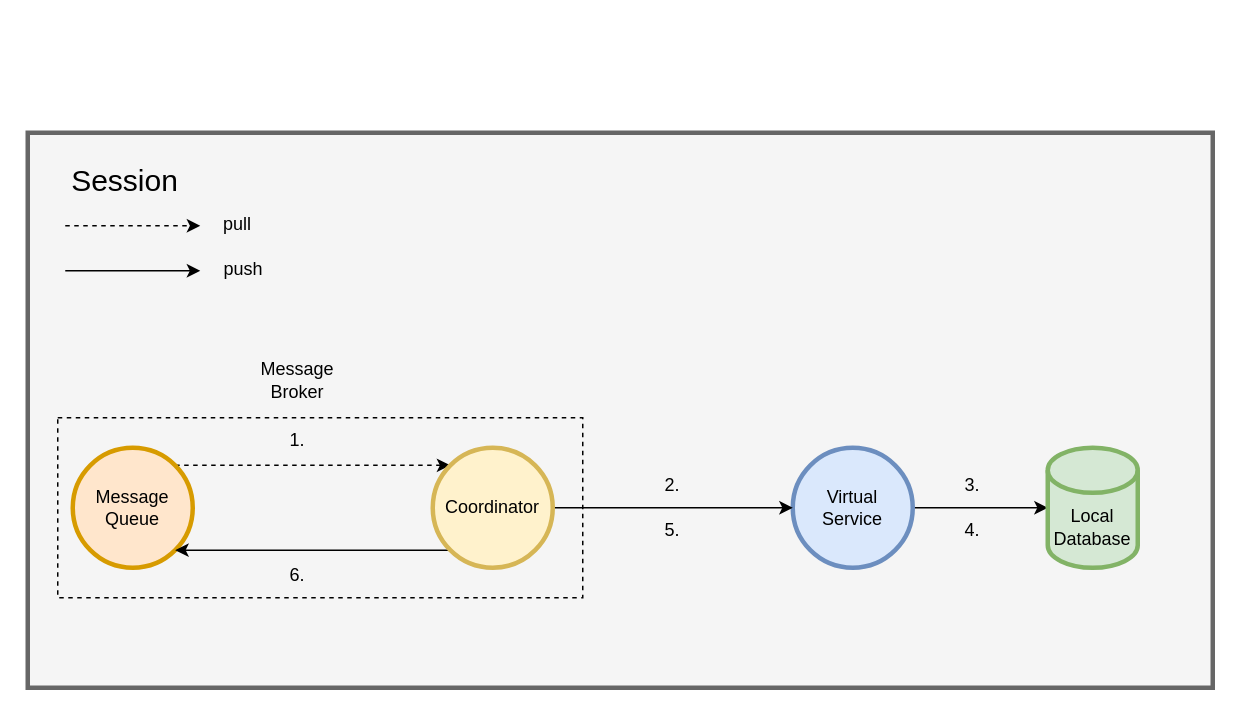
This is page "processing" (8 of 11) of img/diagram.drawio from ccchrunik/hierasaga, a draw.io file, before an edit. Source tidied: cells renumbered, new cells numbered last; positions are measured from the earlier drawing's top-left corner, leaving out a move shared by most shapes. Both pictures are drawn from the tidied source at 150%, with x=0, y=0 at pixel (27, 132).
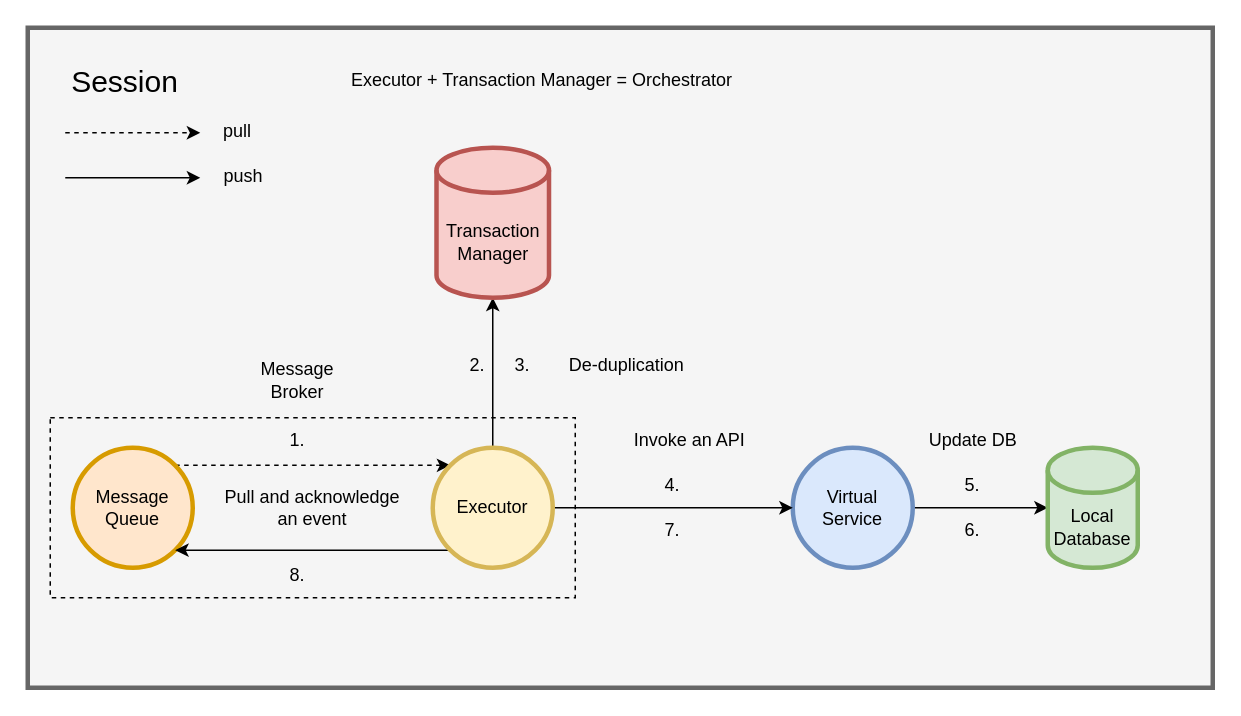
After the change.

The edit, as a diff of the source:
```diff
@@
-    <mxCell id="0" />
-    <mxCell id="1" parent="0" />
-    <mxCell id="2" style="rounded=0;whiteSpace=wrap;html=1;strokeWidth=3;fillColor=#f5f5f5;strokeColor=#666666;fontColor=#333333;" parent="1" vertex="1">
-      <mxGeometry width="790" height="370" as="geometry" />
-    </mxCell>
-    <mxCell id="3" style="edgeStyle=none;rounded=0;jettySize=auto;html=1;exitX=1;exitY=0;exitDx=0;exitDy=0;entryX=0;entryY=0;entryDx=0;entryDy=0;startArrow=none;startFill=0;dashed=1;" parent="1" edge="1" source="4" target="9">
-      <mxGeometry relative="1" as="geometry" />
-    </mxCell>
+    <mxCell id="25" />
+    <mxCell id="26" parent="25" />
+    <mxCell id="27" style="rounded=0;whiteSpace=wrap;html=1;strokeWidth=3;fillColor=#f5f5f5;strokeColor=#666666;fontColor=#333333;" parent="26" vertex="1">
+      <mxGeometry y="-70" width="790" height="440" as="geometry" />
+    </mxCell>
+    <mxCell id="28" style="edgeStyle=none;rounded=0;jettySize=auto;html=1;exitX=1;exitY=0;exitDx=0;exitDy=0;entryX=0;entryY=0;entryDx=0;entryDy=0;startArrow=none;startFill=0;dashed=1;" parent="26" edge="1" source="4" target="32">
+      <mxGeometry relative="1" as="geometry" />
+    </mxCell>
-    <mxCell id="4" value="Message&lt;br&gt;Queue" style="ellipse;whiteSpace=wrap;html=1;strokeWidth=3;fillColor=#ffe6cc;strokeColor=#d79b00;" parent="1" vertex="1">
+    <mxCell id="4" value="Message&lt;br&gt;Queue" style="ellipse;whiteSpace=wrap;html=1;strokeWidth=3;fillColor=#ffe6cc;strokeColor=#d79b00;" parent="26" vertex="1">
       <mxGeometry x="30" y="210" width="80" height="80" as="geometry" />
     </mxCell>
-    <mxCell id="5" style="edgeStyle=none;rounded=0;jettySize=auto;html=1;exitX=1;exitY=0.5;exitDx=0;exitDy=0;entryX=0;entryY=0.5;entryDx=0;entryDy=0;entryPerimeter=0;startArrow=none;startFill=0;" parent="1" edge="1" source="6" target="10">
+    <mxCell id="5" style="edgeStyle=none;rounded=0;jettySize=auto;html=1;exitX=1;exitY=0.5;exitDx=0;exitDy=0;entryX=0;entryY=0.5;entryDx=0;entryDy=0;entryPerimeter=0;startArrow=none;startFill=0;" parent="26" edge="1" source="6" target="10">
       <mxGeometry relative="1" as="geometry" />
     </mxCell>
-    <mxCell id="6" value="Virtual&lt;br&gt;Service" style="ellipse;whiteSpace=wrap;html=1;strokeWidth=3;fillColor=#dae8fc;strokeColor=#6c8ebf;" parent="1" vertex="1">
+    <mxCell id="6" value="Virtual&lt;br&gt;Service" style="ellipse;whiteSpace=wrap;html=1;strokeWidth=3;fillColor=#dae8fc;strokeColor=#6c8ebf;" parent="26" vertex="1">
       <mxGeometry x="510" y="210" width="80" height="80" as="geometry" />
     </mxCell>
-    <mxCell id="7" style="edgeStyle=none;rounded=0;jettySize=auto;html=1;exitX=1;exitY=0.5;exitDx=0;exitDy=0;entryX=0;entryY=0.5;entryDx=0;entryDy=0;startArrow=none;startFill=0;" parent="1" edge="1" source="9" target="6">
-      <mxGeometry relative="1" as="geometry" />
-    </mxCell>
-    <mxCell id="8" style="edgeStyle=none;rounded=0;jettySize=auto;html=1;exitX=0;exitY=1;exitDx=0;exitDy=0;entryX=1;entryY=1;entryDx=0;entryDy=0;startArrow=none;startFill=0;" parent="1" edge="1" source="9" target="4">
-      <mxGeometry relative="1" as="geometry" />
-    </mxCell>
-    <mxCell id="9" value="Coordinator" style="ellipse;whiteSpace=wrap;html=1;strokeWidth=3;fillColor=#fff2cc;strokeColor=#d6b656;" parent="1" vertex="1">
-      <mxGeometry x="270" y="210" width="80" height="80" as="geometry" />
-    </mxCell>
+    <mxCell id="29" style="edgeStyle=none;rounded=0;jettySize=auto;html=1;exitX=0.5;exitY=0;exitDx=0;exitDy=0;entryX=0.5;entryY=1;entryDx=0;entryDy=0;entryPerimeter=0;startArrow=none;startFill=0;" parent="26" edge="1" source="32" target="33">
+      <mxGeometry relative="1" as="geometry" />
+    </mxCell>
+    <mxCell id="30" style="edgeStyle=none;rounded=0;jettySize=auto;html=1;exitX=1;exitY=0.5;exitDx=0;exitDy=0;entryX=0;entryY=0.5;entryDx=0;entryDy=0;startArrow=none;startFill=0;" parent="26" edge="1" source="32" target="6">
+      <mxGeometry relative="1" as="geometry" />
+    </mxCell>
+    <mxCell id="31" style="edgeStyle=none;rounded=0;jettySize=auto;html=1;exitX=0;exitY=1;exitDx=0;exitDy=0;entryX=1;entryY=1;entryDx=0;entryDy=0;startArrow=none;startFill=0;" parent="26" edge="1" source="32" target="4">
+      <mxGeometry relative="1" as="geometry" />
+    </mxCell>
+    <mxCell id="32" value="Executor" style="ellipse;whiteSpace=wrap;html=1;strokeWidth=3;fillColor=#fff2cc;strokeColor=#d6b656;" parent="26" vertex="1">
+      <mxGeometry x="270" y="210" width="80" height="80" as="geometry" />
+    </mxCell>
+    <mxCell id="33" value="Transaction&lt;br&gt;Manager" style="shape=cylinder3;whiteSpace=wrap;html=1;boundedLbl=1;backgroundOutline=1;size=15;strokeWidth=3;fillColor=#f8cecc;strokeColor=#b85450;" parent="26" vertex="1">
+      <mxGeometry x="272.5" y="10" width="75" height="100" as="geometry" />
+    </mxCell>
-    <mxCell id="10" value="Local&lt;br&gt;Database" style="shape=cylinder3;whiteSpace=wrap;html=1;boundedLbl=1;backgroundOutline=1;size=15;strokeWidth=3;fillColor=#d5e8d4;strokeColor=#82b366;" parent="1" vertex="1">
+    <mxCell id="10" value="Local&lt;br&gt;Database" style="shape=cylinder3;whiteSpace=wrap;html=1;boundedLbl=1;backgroundOutline=1;size=15;strokeWidth=3;fillColor=#d5e8d4;strokeColor=#82b366;" parent="26" vertex="1">
       <mxGeometry x="680" y="210" width="60" height="80" as="geometry" />
     </mxCell>
-    <mxCell id="11" value="&lt;font style=&quot;font-size: 20px&quot;&gt;Session&lt;/font&gt;" style="text;html=1;strokeColor=none;fillColor=none;align=center;verticalAlign=middle;whiteSpace=wrap;rounded=0;" parent="1" vertex="1">
-      <mxGeometry x="20" y="16" width="90" height="30" as="geometry" />
+    <mxCell id="11" value="&lt;font style=&quot;font-size: 20px&quot;&gt;Session&lt;/font&gt;" style="text;html=1;strokeColor=none;fillColor=none;align=center;verticalAlign=middle;whiteSpace=wrap;rounded=0;" parent="26" vertex="1">
+      <mxGeometry x="20" y="-50" width="90" height="30" as="geometry" />
     </mxCell>
-    <mxCell id="12" value="1." style="text;html=1;strokeColor=none;fillColor=none;align=center;verticalAlign=middle;whiteSpace=wrap;rounded=0;" parent="1" vertex="1">
+    <mxCell id="12" value="1." style="text;html=1;strokeColor=none;fillColor=none;align=center;verticalAlign=middle;whiteSpace=wrap;rounded=0;" parent="26" vertex="1">
       <mxGeometry x="150" y="190" width="60" height="30" as="geometry" />
     </mxCell>
-    <mxCell id="13" style="group;" parent="1" vertex="1">
-      <mxGeometry x="25" y="46" width="159" height="60" as="geometry" />
-    </mxCell>
-    <mxCell id="14" style="edgeStyle=none;rounded=0;orthogonalLoop=1;jettySize=auto;html=1;entryX=0;entryY=0.5;entryDx=0;entryDy=0;dashed=1;startArrow=none;startFill=0;" parent="13" edge="1">
-      <mxGeometry as="geometry">
-        <mxPoint y="16" as="sourcePoint" />
-        <mxPoint x="90" y="16" as="targetPoint" />
-      </mxGeometry>
-    </mxCell>
-    <mxCell id="15" style="edgeStyle=none;rounded=0;orthogonalLoop=1;jettySize=auto;html=1;entryX=0;entryY=0.5;entryDx=0;entryDy=0;startArrow=none;startFill=0;" parent="13" edge="1">
-      <mxGeometry as="geometry">
-        <mxPoint y="46" as="sourcePoint" />
-        <mxPoint x="90" y="46" as="targetPoint" />
-      </mxGeometry>
-    </mxCell>
+    <mxCell id="18" value="2." style="text;html=1;strokeColor=none;fillColor=none;align=center;verticalAlign=middle;whiteSpace=wrap;rounded=0;" parent="26" vertex="1">
+      <mxGeometry x="270" y="140" width="60" height="30" as="geometry" />
+    </mxCell>
+    <mxCell id="34" style="group;" parent="26" vertex="1">
+      <mxGeometry x="25" y="-16" width="159" height="60" as="geometry" />
+    </mxCell>
+    <mxCell id="35" style="edgeStyle=none;rounded=0;orthogonalLoop=1;jettySize=auto;html=1;entryX=0;entryY=0.5;entryDx=0;entryDy=0;dashed=1;startArrow=none;startFill=0;" parent="34" edge="1">
+      <mxGeometry as="geometry">
+        <mxPoint y="16" as="sourcePoint" />
+        <mxPoint x="90" y="16" as="targetPoint" />
+      </mxGeometry>
+    </mxCell>
+    <mxCell id="36" style="edgeStyle=none;rounded=0;orthogonalLoop=1;jettySize=auto;html=1;entryX=0;entryY=0.5;entryDx=0;entryDy=0;startArrow=none;startFill=0;" parent="34" edge="1">
+      <mxGeometry as="geometry">
+        <mxPoint y="46" as="sourcePoint" />
+        <mxPoint x="90" y="46" as="targetPoint" />
+      </mxGeometry>
+    </mxCell>
-    <mxCell id="16" value="pull" style="text;html=1;strokeColor=none;fillColor=none;align=center;verticalAlign=middle;whiteSpace=wrap;rounded=0;" parent="13" vertex="1">
+    <mxCell id="16" value="pull" style="text;html=1;strokeColor=none;fillColor=none;align=center;verticalAlign=middle;whiteSpace=wrap;rounded=0;" parent="34" vertex="1">
       <mxGeometry x="75" width="80" height="30" as="geometry" />
     </mxCell>
-    <mxCell id="17" value="push" style="text;html=1;strokeColor=none;fillColor=none;align=center;verticalAlign=middle;whiteSpace=wrap;rounded=0;" parent="13" vertex="1">
+    <mxCell id="17" value="push" style="text;html=1;strokeColor=none;fillColor=none;align=center;verticalAlign=middle;whiteSpace=wrap;rounded=0;" parent="34" vertex="1">
       <mxGeometry x="79" y="30" width="80" height="30" as="geometry" />
     </mxCell>
-    <mxCell id="18" value="2." style="text;html=1;strokeColor=none;fillColor=none;align=center;verticalAlign=middle;whiteSpace=wrap;rounded=0;" parent="1" vertex="1">
-      <mxGeometry x="400" y="220" width="60" height="30" as="geometry" />
-    </mxCell>
+    <mxCell id="24" value="4." style="text;html=1;strokeColor=none;fillColor=none;align=center;verticalAlign=middle;whiteSpace=wrap;rounded=0;" parent="26" vertex="1">
+      <mxGeometry x="400" y="220" width="60" height="30" as="geometry" />
+    </mxCell>
+    <mxCell id="20" value="5." style="text;html=1;strokeColor=none;fillColor=none;align=center;verticalAlign=middle;whiteSpace=wrap;rounded=0;" parent="26" vertex="1">
+      <mxGeometry x="600" y="220" width="60" height="30" as="geometry" />
+    </mxCell>
+    <mxCell id="37" value="7." style="text;html=1;strokeColor=none;fillColor=none;align=center;verticalAlign=middle;whiteSpace=wrap;rounded=0;" parent="26" vertex="1">
+      <mxGeometry x="400" y="250" width="60" height="30" as="geometry" />
+    </mxCell>
+    <mxCell id="38" style="rounded=0;whiteSpace=wrap;html=1;strokeWidth=1;fillColor=none;dashed=1;" parent="26" vertex="1">
+      <mxGeometry x="15" y="190" width="350" height="120" as="geometry" />
+    </mxCell>
+    <mxCell id="22" value="Message&lt;br&gt;Broker" style="text;html=1;strokeColor=none;fillColor=none;align=center;verticalAlign=middle;whiteSpace=wrap;rounded=0;" parent="26" vertex="1">
+      <mxGeometry x="150" y="150" width="60" height="30" as="geometry" />
+    </mxCell>
+    <mxCell id="39" value="8." style="text;html=1;strokeColor=none;fillColor=none;align=center;verticalAlign=middle;whiteSpace=wrap;rounded=0;" parent="26" vertex="1">
+      <mxGeometry x="150" y="280" width="60" height="30" as="geometry" />
+    </mxCell>
-    <mxCell id="19" value="3." style="text;html=1;strokeColor=none;fillColor=none;align=center;verticalAlign=middle;whiteSpace=wrap;rounded=0;" parent="1" vertex="1">
-      <mxGeometry x="600" y="220" width="60" height="30" as="geometry" />
+    <mxCell id="19" value="3." style="text;html=1;strokeColor=none;fillColor=none;align=center;verticalAlign=middle;whiteSpace=wrap;rounded=0;" parent="26" vertex="1">
+      <mxGeometry x="300" y="140" width="60" height="30" as="geometry" />
     </mxCell>
-    <mxCell id="20" value="5." style="text;html=1;strokeColor=none;fillColor=none;align=center;verticalAlign=middle;whiteSpace=wrap;rounded=0;" parent="1" vertex="1">
-      <mxGeometry x="400" y="250" width="60" height="30" as="geometry" />
-    </mxCell>
-    <mxCell id="21" style="rounded=0;whiteSpace=wrap;html=1;strokeWidth=1;fillColor=none;dashed=1;" parent="1" vertex="1">
-      <mxGeometry x="20" y="190" width="350" height="120" as="geometry" />
-    </mxCell>
-    <mxCell id="22" value="Message&lt;br&gt;Broker" style="text;html=1;strokeColor=none;fillColor=none;align=center;verticalAlign=middle;whiteSpace=wrap;rounded=0;" parent="1" vertex="1">
-      <mxGeometry x="150" y="150" width="60" height="30" as="geometry" />
-    </mxCell>
-    <mxCell id="23" value="6." style="text;html=1;strokeColor=none;fillColor=none;align=center;verticalAlign=middle;whiteSpace=wrap;rounded=0;" parent="1" vertex="1">
-      <mxGeometry x="150" y="280" width="60" height="30" as="geometry" />
+    <mxCell id="23" value="6." style="text;html=1;strokeColor=none;fillColor=none;align=center;verticalAlign=middle;whiteSpace=wrap;rounded=0;" parent="26" vertex="1">
+      <mxGeometry x="600" y="250" width="60" height="30" as="geometry" />
     </mxCell>
-    <mxCell id="24" value="4." style="text;html=1;strokeColor=none;fillColor=none;align=center;verticalAlign=middle;whiteSpace=wrap;rounded=0;" parent="1" vertex="1">
-      <mxGeometry x="600" y="250" width="60" height="30" as="geometry" />
-    </mxCell>
+    <mxCell id="40" value="De-duplication" style="text;html=1;strokeColor=none;fillColor=none;align=center;verticalAlign=middle;whiteSpace=wrap;rounded=0;opacity=50;" parent="26" vertex="1">
+      <mxGeometry x="347.5" y="140" width="102.5" height="30" as="geometry" />
+    </mxCell>
+    <mxCell id="41" value="Pull and acknowledge an event" style="text;html=1;strokeColor=none;fillColor=none;align=center;verticalAlign=middle;whiteSpace=wrap;rounded=0;opacity=70;" parent="26" vertex="1">
+      <mxGeometry x="130" y="235" width="120" height="30" as="geometry" />
+    </mxCell>
+    <mxCell id="42" value="Invoke an API" style="text;html=1;strokeColor=none;fillColor=none;align=center;verticalAlign=middle;whiteSpace=wrap;rounded=0;opacity=50;" parent="26" vertex="1">
+      <mxGeometry x="390" y="190" width="102.5" height="30" as="geometry" />
+    </mxCell>
+    <mxCell id="43" value="Update DB" style="text;html=1;strokeColor=none;fillColor=none;align=center;verticalAlign=middle;whiteSpace=wrap;rounded=0;opacity=50;" parent="26" vertex="1">
+      <mxGeometry x="578.8" y="190" width="102.5" height="30" as="geometry" />
+    </mxCell>
+    <mxCell id="44" value="Executor + Transaction Manager = Orchestrator" style="text;html=1;strokeColor=none;fillColor=none;align=center;verticalAlign=middle;whiteSpace=wrap;rounded=0;opacity=70;" parent="26" vertex="1">
+      <mxGeometry x="207.5" y="-50" width="270" height="30" as="geometry" />
+    </mxCell>
```
